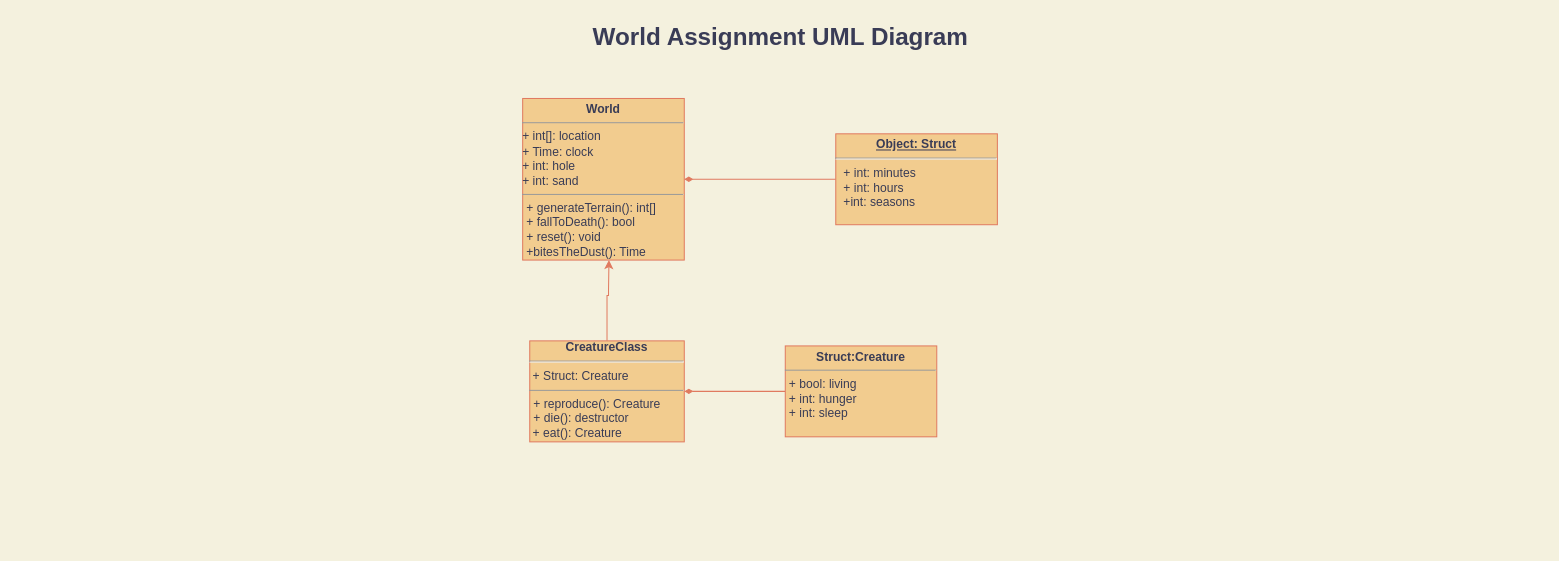
This is UML Diagram.drawio from CS-3150-01/assignment-3-evolution-models-ZayBoyy, a draw.io file, before an edit. Source tidied: cells renumbered, new cells numbered last; positions are measured from the earlier drawing's top-left corner, leaving out a move shared by most shapes. Both pictures are drawn from the tidied source at 101%, with x=0, y=0 at pixel (17, 17).
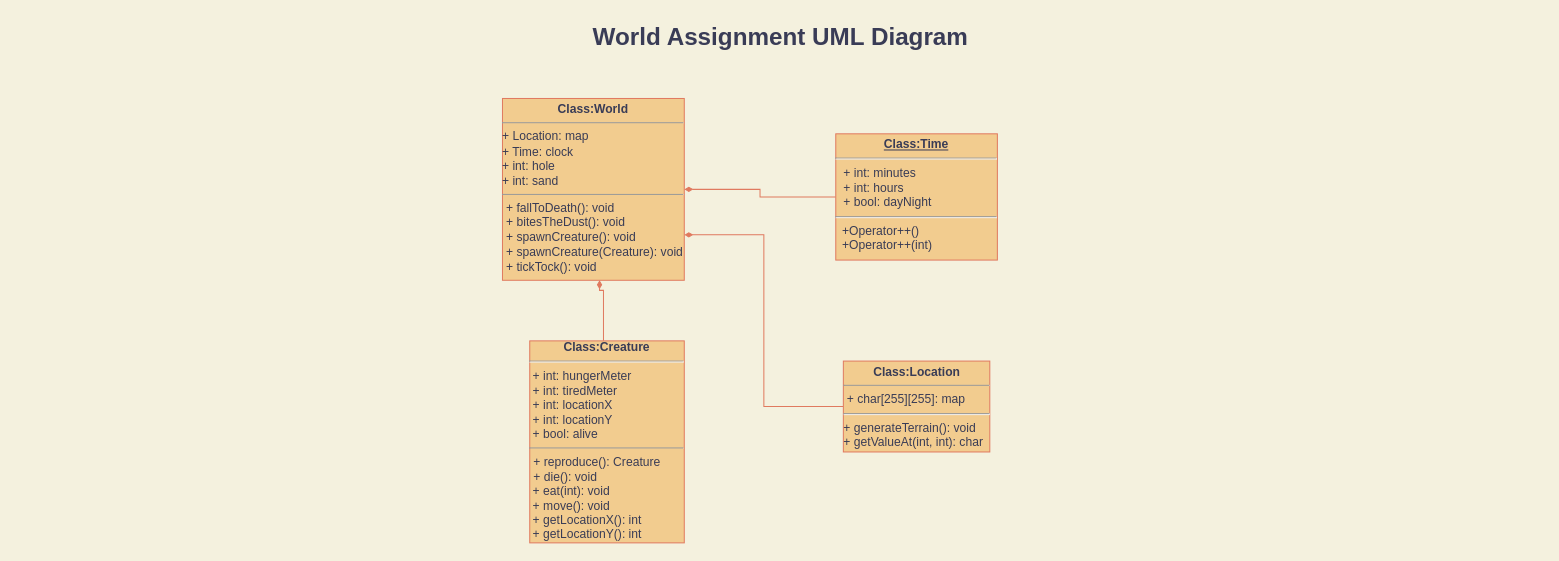
After the change.

The edit, as a diff of the source:
```diff
@@
 <mxGraphModel background="#F4F1DE">
   <root>
     <mxCell id="0" />
     <mxCell id="1" parent="0" />
     <mxCell id="2" value="World Assignment UML Diagram" style="text;strokeColor=none;fillColor=none;html=1;fontSize=24;fontStyle=1;verticalAlign=middle;align=center;fontColor=#393C56;" parent="1" vertex="1">
       <mxGeometry width="1510" height="40" as="geometry" />
     </mxCell>
-    <mxCell id="3" value="&lt;p style=&quot;margin:0px;margin-top:4px;text-align:center;&quot;&gt;&lt;b&gt;World&lt;/b&gt;&lt;br&gt;&lt;/p&gt;&lt;hr size=&quot;1&quot;&gt;&lt;div&gt;+ int[]: location&lt;/div&gt;&lt;div&gt;+ Time: clock&lt;/div&gt;&lt;div&gt;+ int: hole&lt;/div&gt;&lt;div&gt;+ int: sand&lt;br&gt;&lt;/div&gt;&lt;hr size=&quot;1&quot;&gt;&lt;p style=&quot;margin:0px;margin-left:4px;&quot;&gt;+ generateTerrain(): int[]&lt;/p&gt;&lt;p style=&quot;margin:0px;margin-left:4px;&quot;&gt;+ fallToDeath(): bool&lt;/p&gt;&lt;p style=&quot;margin:0px;margin-left:4px;&quot;&gt;+ reset(): void&lt;/p&gt;&lt;p style=&quot;margin:0px;margin-left:4px;&quot;&gt;+bitesTheDust(): Time&lt;br&gt;&lt;/p&gt;&lt;p style=&quot;margin:0px;margin-left:4px;&quot;&gt;&lt;br&gt;&lt;/p&gt;" style="verticalAlign=top;align=left;overflow=fill;fontSize=12;fontFamily=Helvetica;html=1;fillColor=#F2CC8F;strokeColor=#E07A5F;fontColor=#393C56;" parent="1" vertex="1">
-      <mxGeometry x="500" y="80" width="160" height="160" as="geometry" />
+    <mxCell id="3" value="&lt;p style=&quot;margin:0px;margin-top:4px;text-align:center;&quot;&gt;&lt;b&gt;Class:World&lt;/b&gt;&lt;br&gt;&lt;/p&gt;&lt;hr size=&quot;1&quot;&gt;&lt;div&gt;+ Location: map&lt;br&gt;&lt;/div&gt;&lt;div&gt;+ Time: clock&lt;/div&gt;&lt;div&gt;+ int: hole&lt;/div&gt;&lt;div&gt;+ int: sand&lt;br&gt;&lt;/div&gt;&lt;hr size=&quot;1&quot;&gt;&lt;p style=&quot;margin:0px;margin-left:4px;&quot;&gt;+ fallToDeath(): void&lt;br&gt;&lt;/p&gt;&lt;p style=&quot;margin:0px;margin-left:4px;&quot;&gt;+ bitesTheDust(): void&lt;/p&gt;&lt;p style=&quot;margin:0px;margin-left:4px;&quot;&gt;+ spawnCreature(): void&lt;/p&gt;&lt;p style=&quot;margin:0px;margin-left:4px;&quot;&gt;+ spawnCreature(Creature): void&lt;br&gt;&lt;/p&gt;&lt;p style=&quot;margin:0px;margin-left:4px;&quot;&gt;+ tickTock(): void&lt;br&gt;&lt;/p&gt;&lt;p style=&quot;margin:0px;margin-left:4px;&quot;&gt;&lt;br&gt;&lt;/p&gt;" style="verticalAlign=top;align=left;overflow=fill;fontSize=12;fontFamily=Helvetica;html=1;fillColor=#F2CC8F;strokeColor=#E07A5F;fontColor=#393C56;" parent="1" vertex="1">
+      <mxGeometry x="480" y="80" width="180" height="180" as="geometry" />
     </mxCell>
     <mxCell id="4" style="edgeStyle=orthogonalEdgeStyle;rounded=0;jettySize=auto;html=1;entryX=1;entryY=0.5;entryDx=0;entryDy=0;endArrow=diamondThin;endFill=1;startSize=17;labelBackgroundColor=#F4F1DE;strokeColor=#E07A5F;fontColor=#393C56;" parent="1" edge="1" source="5" target="3">
       <mxGeometry relative="1" as="geometry" />
     </mxCell>
-    <mxCell id="5" value="&lt;p style=&quot;margin:0px;margin-top:4px;text-align:center;text-decoration:underline;&quot;&gt;&lt;b&gt;Object: Struct&lt;/b&gt;&lt;/p&gt;&lt;hr&gt;&lt;p style=&quot;margin:0px;margin-left:8px;&quot;&gt;+ int: minutes&lt;/p&gt;&lt;p style=&quot;margin:0px;margin-left:8px;&quot;&gt;+ int: hours&lt;/p&gt;&lt;p style=&quot;margin:0px;margin-left:8px;&quot;&gt;+int: seasons&lt;br&gt;&lt;/p&gt;" style="verticalAlign=top;align=left;overflow=fill;fontSize=12;fontFamily=Helvetica;html=1;fillColor=#F2CC8F;strokeColor=#E07A5F;fontColor=#393C56;" parent="1" vertex="1">
-      <mxGeometry x="810" y="115" width="160" height="90" as="geometry" />
+    <mxCell id="5" value="&lt;p style=&quot;margin:0px;margin-top:4px;text-align:center;text-decoration:underline;&quot;&gt;&lt;b&gt;Class:Time&lt;/b&gt;&lt;br&gt;&lt;/p&gt;&lt;hr&gt;&lt;p style=&quot;margin:0px;margin-left:8px;&quot;&gt;+ int: minutes&lt;/p&gt;&lt;p style=&quot;margin:0px;margin-left:8px;&quot;&gt;+ int: hours&lt;/p&gt;&lt;p style=&quot;margin:0px;margin-left:8px;&quot;&gt;+ bool: dayNight&lt;br&gt;&lt;/p&gt;&lt;hr&gt;&lt;div&gt;&amp;nbsp; +Operator++()&lt;/div&gt;&lt;div&gt;&amp;nbsp; +Operator++(int)&lt;/div&gt;&lt;div&gt;&lt;br&gt;&lt;/div&gt;&lt;p style=&quot;margin:0px;margin-left:8px;&quot;&gt;&amp;nbsp;&lt;br&gt;&lt;/p&gt;" style="verticalAlign=top;align=left;overflow=fill;fontSize=12;fontFamily=Helvetica;html=1;fillColor=#F2CC8F;strokeColor=#E07A5F;fontColor=#393C56;" parent="1" vertex="1">
+      <mxGeometry x="810" y="115" width="160" height="125" as="geometry" />
     </mxCell>
-    <mxCell id="6" style="edgeStyle=orthogonalEdgeStyle;rounded=0;jettySize=auto;html=1;endArrow=classic;endFill=1;startSize=17;entryX=0.534;entryY=1;entryDx=0;entryDy=0;entryPerimeter=0;labelBackgroundColor=#F4F1DE;strokeColor=#E07A5F;fontColor=#393C56;" parent="1" edge="1" source="7" target="3">
+    <mxCell id="6" style="edgeStyle=orthogonalEdgeStyle;rounded=0;jettySize=auto;html=1;endArrow=diamondThin;endFill=1;startSize=17;entryX=0.534;entryY=1;entryDx=0;entryDy=0;entryPerimeter=0;labelBackgroundColor=#F4F1DE;strokeColor=#E07A5F;fontColor=#393C56;" parent="1" edge="1" source="7" target="3">
       <mxGeometry relative="1" as="geometry">
         <Array as="points">
-          <mxPoint x="584" y="275" />
-          <mxPoint x="585" y="275" />
-          <mxPoint x="585" y="270" />
+          <mxPoint x="580" y="270" />
+          <mxPoint x="576" y="270" />
         </Array>
       </mxGeometry>
     </mxCell>
-    <mxCell id="7" value="&lt;div align=&quot;center&quot;&gt;&lt;b&gt;CreatureClass&lt;/b&gt;&lt;br&gt;&lt;hr&gt;&lt;/div&gt;&amp;nbsp;+ Struct: Creature&lt;br&gt;&lt;hr size=&quot;1&quot;&gt;&lt;p style=&quot;margin:0px;margin-left:4px;&quot;&gt;+ reproduce(): Creature&lt;br&gt;&lt;/p&gt;&lt;p style=&quot;margin:0px;margin-left:4px;&quot;&gt;+ die(): destructor&lt;/p&gt;&amp;nbsp;+ eat(): Creature&lt;p style=&quot;margin:0px;margin-left:4px;&quot;&gt;&lt;/p&gt;" style="verticalAlign=top;align=left;overflow=fill;fontSize=12;fontFamily=Helvetica;html=1;fillColor=#F2CC8F;strokeColor=#E07A5F;fontColor=#393C56;" parent="1" vertex="1">
-      <mxGeometry x="507" y="320" width="153" height="100" as="geometry" />
+    <mxCell id="7" value="&lt;div align=&quot;center&quot;&gt;&lt;b&gt;Class:Creature&lt;/b&gt;&lt;br&gt;&lt;hr&gt;&lt;/div&gt;&lt;div&gt;&amp;nbsp;+ int: hungerMeter&lt;/div&gt;&lt;div&gt;&amp;nbsp;+ int: tiredMeter&lt;/div&gt;&lt;div&gt;&amp;nbsp;+ int: locationX&lt;/div&gt;&lt;div&gt;&amp;nbsp;+ int: locationY&lt;/div&gt;&lt;div&gt;&amp;nbsp;+ bool: alive&lt;br&gt;&lt;/div&gt;&lt;hr size=&quot;1&quot;&gt;&lt;p style=&quot;margin:0px;margin-left:4px;&quot;&gt;+ reproduce(): Creature&lt;br&gt;&lt;/p&gt;&lt;p style=&quot;margin:0px;margin-left:4px;&quot;&gt;+ die(): void&lt;br&gt;&lt;/p&gt;&lt;div&gt;&amp;nbsp;+ eat(int): void&lt;/div&gt;&lt;div&gt;&amp;nbsp;+ move(): void&lt;/div&gt;&lt;div&gt;&amp;nbsp;+ getLocationX(): int&lt;/div&gt;&lt;div&gt;&amp;nbsp;+ getLocationY(): int&lt;br&gt;&lt;/div&gt;&lt;p style=&quot;margin:0px;margin-left:4px;&quot;&gt;&lt;/p&gt;" style="verticalAlign=top;align=left;overflow=fill;fontSize=12;fontFamily=Helvetica;html=1;fillColor=#F2CC8F;strokeColor=#E07A5F;fontColor=#393C56;" parent="1" vertex="1">
+      <mxGeometry x="507" y="320" width="153" height="200" as="geometry" />
     </mxCell>
-    <mxCell id="8" style="edgeStyle=orthogonalEdgeStyle;rounded=0;jettySize=auto;html=1;entryX=1;entryY=0.5;entryDx=0;entryDy=0;endArrow=diamondThin;endFill=1;startSize=17;labelBackgroundColor=#F4F1DE;strokeColor=#E07A5F;fontColor=#393C56;" parent="1" edge="1" source="9" target="7">
+    <mxCell id="8" style="edgeStyle=orthogonalEdgeStyle;rounded=0;jettySize=auto;html=1;endArrow=diamondThin;endFill=1;startSize=17;labelBackgroundColor=#F4F1DE;strokeColor=#E07A5F;fontColor=#393C56;entryX=1;entryY=0.75;entryDx=0;entryDy=0;" parent="1" edge="1" source="9" target="3">
       <mxGeometry relative="1" as="geometry" />
     </mxCell>
-    <mxCell id="9" value="&lt;p style=&quot;margin:0px;margin-top:4px;text-align:center;&quot;&gt;&lt;b&gt;Struct:Creature&lt;/b&gt;&lt;br&gt;&lt;/p&gt;&lt;hr size=&quot;1&quot;&gt;&lt;p style=&quot;margin:0px;margin-left:4px;&quot;&gt;+ bool: living&lt;/p&gt;&lt;p style=&quot;margin:0px;margin-left:4px;&quot;&gt;+ int: hunger&lt;/p&gt;&lt;p style=&quot;margin:0px;margin-left:4px;&quot;&gt;+ int: sleep&lt;/p&gt;" style="verticalAlign=top;align=left;overflow=fill;fontSize=12;fontFamily=Helvetica;html=1;fillColor=#F2CC8F;strokeColor=#E07A5F;fontColor=#393C56;" parent="1" vertex="1">
-      <mxGeometry x="760" y="325" width="150" height="90" as="geometry" />
+    <mxCell id="9" value="&lt;p style=&quot;margin:0px;margin-top:4px;text-align:center;&quot;&gt;&lt;b&gt;Class:Location&lt;/b&gt;&lt;br&gt;&lt;/p&gt;&lt;hr size=&quot;1&quot;&gt;&lt;div&gt;&amp;nbsp;+ char[255][255]: map&lt;/div&gt;&lt;div&gt;&lt;hr&gt;+ generateTerrain(): void&lt;br&gt;&lt;/div&gt;&lt;div&gt;+ getValueAt(int, int): char &lt;br&gt;&lt;/div&gt;" style="verticalAlign=top;align=left;overflow=fill;fontSize=12;fontFamily=Helvetica;html=1;fillColor=#F2CC8F;strokeColor=#E07A5F;fontColor=#393C56;" parent="1" vertex="1">
+      <mxGeometry x="817.5" y="340" width="145" height="90" as="geometry" />
     </mxCell>
   </root>
 </mxGraphModel>
```
